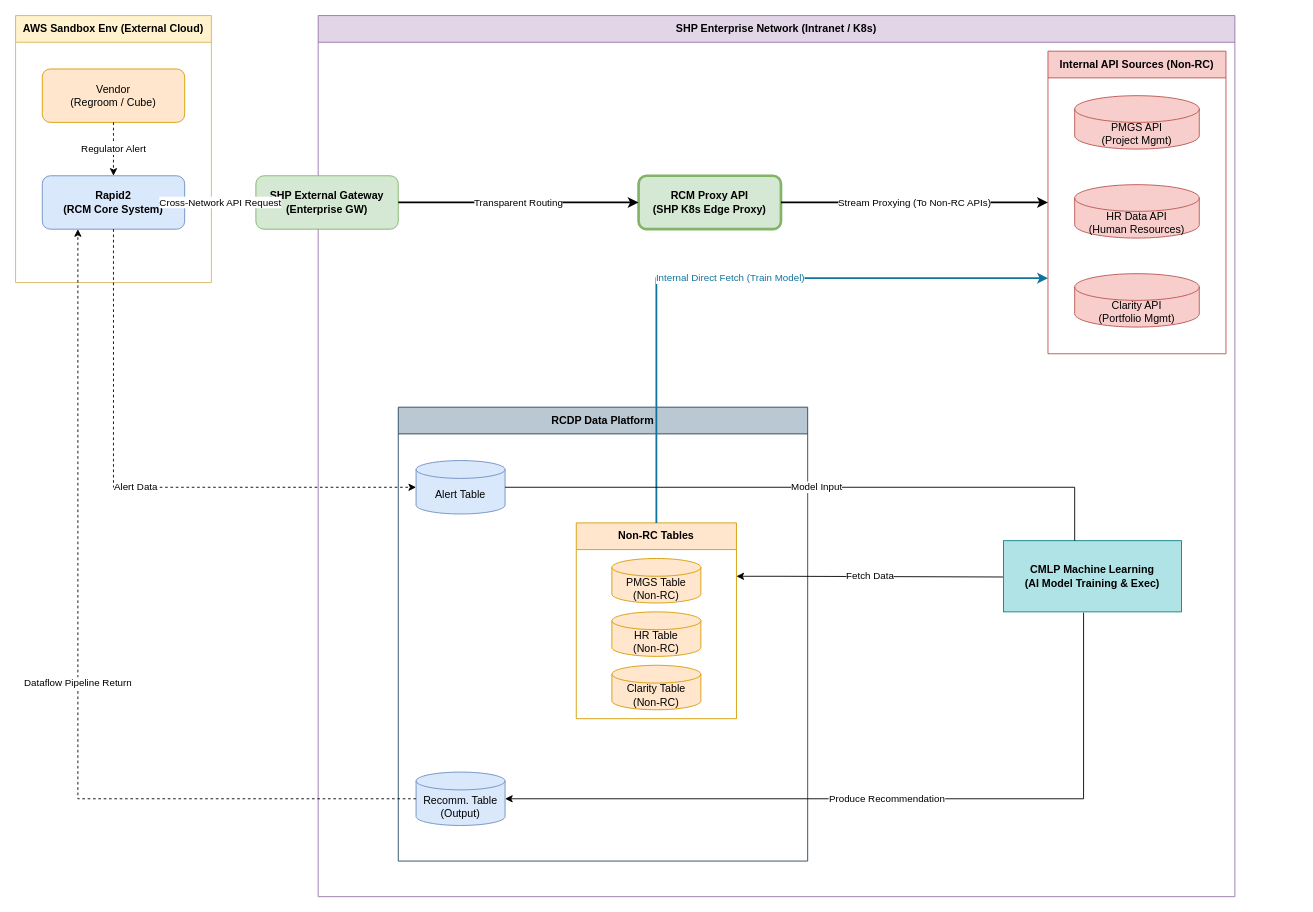
Earlier version of the draw.io diagram drawio/rcm_architecture.drawio (nvd11/f_store). Source tidied: cells renumbered, new cells numbered last; positions are measured from the earlier drawing's top-left corner, leaving out a move shared by most shapes. Both pictures are drawn from the tidied source at 89%, with x=0, y=0 at pixel (15, 15).
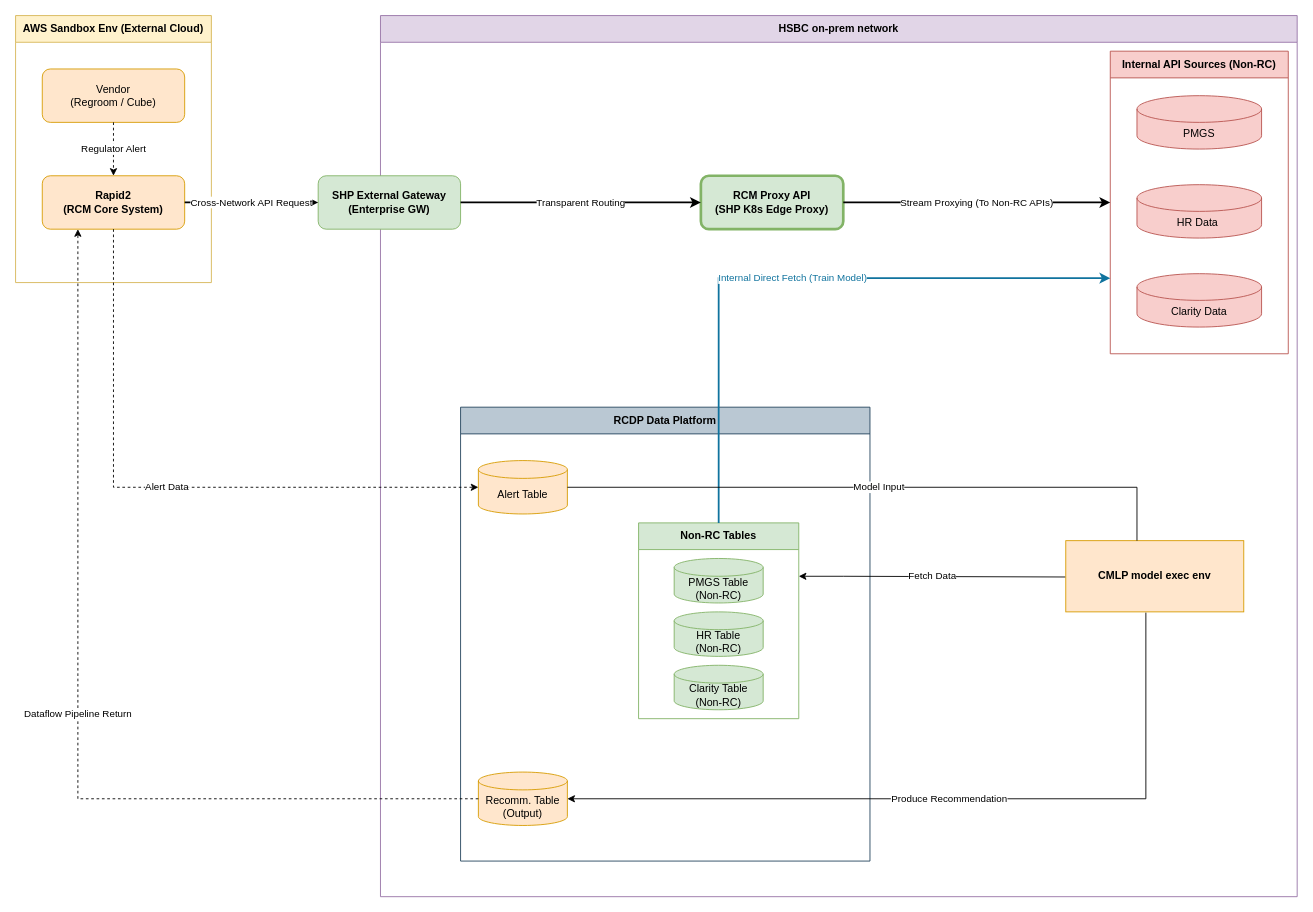
The same page after the edit.

The change refers to these unchanged cells:
```xml
<mxCell id="4" value="Internal API Sources (Non-RC)" style="swimlane;whiteSpace=wrap;html=1;fillColor=#f8cecc;strokeColor=#b85450;startSize=30;fontStyle=1;" parent="3" vertex="1">
  <mxGeometry x="820" y="40" width="200" height="340" as="geometry" />
</mxCell>
<mxCell id="11" value="RCDP Data Platform" style="swimlane;whiteSpace=wrap;html=1;fillColor=#bac8d3;strokeColor=#23445d;startSize=30;fontStyle=1;" parent="3" vertex="1">
  <mxGeometry x="90" y="440" width="460" height="510" as="geometry" />
</mxCell>
```

Diff of the diagram source:
```diff
@@
-    <mxCell id="3" value="SHP Enterprise Network (Intranet / K8s)" style="swimlane;whiteSpace=wrap;html=1;fillColor=#e1d5e7;strokeColor=#9673a6;startSize=30;fontStyle=1;" parent="1" vertex="1">
-      <mxGeometry x="340" width="1030" height="990" as="geometry" />
+    <mxCell id="3" value="HSBC on-prem network" style="swimlane;whiteSpace=wrap;html=1;fillColor=#e1d5e7;strokeColor=#9673a6;startSize=30;fontStyle=1;" parent="1" vertex="1">
+      <mxGeometry x="410" width="1030" height="990" as="geometry" />
     </mxCell>
@@
-    <mxCell id="5" value="PMGS API&#10;(Project Mgmt)" style="shape=cylinder3;whiteSpace=wrap;html=1;boundedLbl=1;backgroundOutline=1;size=15;fillColor=#f8cecc;strokeColor=#b85450;" parent="4" vertex="1">
+    <mxCell id="5" value="PMGS" style="shape=cylinder3;whiteSpace=wrap;html=1;boundedLbl=1;backgroundOutline=1;size=15;fillColor=#f8cecc;strokeColor=#b85450;" parent="4" vertex="1">
       <mxGeometry x="30" y="50" width="140" height="60" as="geometry" />
     </mxCell>
-    <mxCell id="6" value="HR Data API&#10;(Human Resources)" style="shape=cylinder3;whiteSpace=wrap;html=1;boundedLbl=1;backgroundOutline=1;size=15;fillColor=#f8cecc;strokeColor=#b85450;" parent="4" vertex="1">
+    <mxCell id="6" value="HR Data&amp;nbsp;" style="shape=cylinder3;whiteSpace=wrap;html=1;boundedLbl=1;backgroundOutline=1;size=15;fillColor=#f8cecc;strokeColor=#b85450;" parent="4" vertex="1">
       <mxGeometry x="30" y="150" width="140" height="60" as="geometry" />
     </mxCell>
-    <mxCell id="7" value="Clarity API&#10;(Portfolio Mgmt)" style="shape=cylinder3;whiteSpace=wrap;html=1;boundedLbl=1;backgroundOutline=1;size=15;fillColor=#f8cecc;strokeColor=#b85450;" parent="4" vertex="1">
+    <mxCell id="7" value="Clarity Data" style="shape=cylinder3;whiteSpace=wrap;html=1;boundedLbl=1;backgroundOutline=1;size=15;fillColor=#f8cecc;strokeColor=#b85450;" parent="4" vertex="1">
       <mxGeometry x="30" y="250" width="140" height="60" as="geometry" />
     </mxCell>
@@
-    <mxCell id="10" value="CMLP Machine Learning&#10;(AI Model Training &amp; Exec)" style="rounded=0;whiteSpace=wrap;html=1;fillColor=#b0e3e6;strokeColor=#0e8088;fontStyle=1;" parent="3" vertex="1">
+    <mxCell id="10" value="CMLP model exec env" style="rounded=0;whiteSpace=wrap;html=1;fillColor=#ffe6cc;strokeColor=#d79b00;fontStyle=1;" parent="3" vertex="1">
       <mxGeometry x="770" y="590" width="200" height="80" as="geometry" />
     </mxCell>
@@
-    <mxCell id="12" value="Alert Table" style="shape=cylinder3;whiteSpace=wrap;html=1;boundedLbl=1;backgroundOutline=1;size=10;fillColor=#dae8fc;strokeColor=#6c8ebf;" parent="11" vertex="1">
+    <mxCell id="12" value="Alert Table" style="shape=cylinder3;whiteSpace=wrap;html=1;boundedLbl=1;backgroundOutline=1;size=10;fillColor=#ffe6cc;strokeColor=#d79b00;" parent="11" vertex="1">
       <mxGeometry x="20" y="60" width="100" height="60" as="geometry" />
     </mxCell>
-    <mxCell id="13" value="Recomm. Table&#10;(Output)" style="shape=cylinder3;whiteSpace=wrap;html=1;boundedLbl=1;backgroundOutline=1;size=10;fillColor=#dae8fc;strokeColor=#6c8ebf;" parent="11" vertex="1">
+    <mxCell id="13" value="Recomm. Table&#10;(Output)" style="shape=cylinder3;whiteSpace=wrap;html=1;boundedLbl=1;backgroundOutline=1;size=10;fillColor=#ffe6cc;strokeColor=#d79b00;" parent="11" vertex="1">
       <mxGeometry x="20" y="410" width="100" height="60" as="geometry" />
     </mxCell>
-    <mxCell id="14" value="Non-RC Tables" style="swimlane;whiteSpace=wrap;html=1;fillColor=#ffe6cc;strokeColor=#d79b00;startSize=30;fontStyle=1;" parent="11" vertex="1">
+    <mxCell id="14" value="Non-RC Tables" style="swimlane;whiteSpace=wrap;html=1;fillColor=#d5e8d4;strokeColor=#82b366;startSize=30;fontStyle=1;" parent="11" vertex="1">
       <mxGeometry x="200" y="130" width="180" height="220" as="geometry" />
     </mxCell>
-    <mxCell id="15" value="PMGS Table&#10;(Non-RC)" style="shape=cylinder3;whiteSpace=wrap;html=1;boundedLbl=1;backgroundOutline=1;size=10;fillColor=#ffe6cc;strokeColor=#d79b00;" parent="14" vertex="1">
+    <mxCell id="15" value="PMGS Table&#10;(Non-RC)" style="shape=cylinder3;whiteSpace=wrap;html=1;boundedLbl=1;backgroundOutline=1;size=10;fillColor=#d5e8d4;strokeColor=#82b366;" parent="14" vertex="1">
       <mxGeometry x="40" y="40" width="100" height="50" as="geometry" />
     </mxCell>
-    <mxCell id="16" value="HR Table&#10;(Non-RC)" style="shape=cylinder3;whiteSpace=wrap;html=1;boundedLbl=1;backgroundOutline=1;size=10;fillColor=#ffe6cc;strokeColor=#d79b00;" parent="14" vertex="1">
+    <mxCell id="16" value="HR Table&#10;(Non-RC)" style="shape=cylinder3;whiteSpace=wrap;html=1;boundedLbl=1;backgroundOutline=1;size=10;fillColor=#d5e8d4;strokeColor=#82b366;" parent="14" vertex="1">
       <mxGeometry x="40" y="100" width="100" height="50" as="geometry" />
     </mxCell>
-    <mxCell id="17" value="Clarity Table&#10;(Non-RC)" style="shape=cylinder3;whiteSpace=wrap;html=1;boundedLbl=1;backgroundOutline=1;size=10;fillColor=#ffe6cc;strokeColor=#d79b00;" parent="14" vertex="1">
+    <mxCell id="17" value="Clarity Table&#10;(Non-RC)" style="shape=cylinder3;whiteSpace=wrap;html=1;boundedLbl=1;backgroundOutline=1;size=10;fillColor=#d5e8d4;strokeColor=#82b366;" parent="14" vertex="1">
       <mxGeometry x="40" y="160" width="100" height="50" as="geometry" />
     </mxCell>
@@
-    <mxCell id="25" value="Rapid2&#10;(RCM Core System)" style="rounded=1;whiteSpace=wrap;html=1;fillColor=#dae8fc;strokeColor=#6c8ebf;fontStyle=1;" parent="1" vertex="1">
+    <mxCell id="25" value="Rapid2&#10;(RCM Core System)" style="rounded=1;whiteSpace=wrap;html=1;fillColor=#ffe6cc;strokeColor=#d79b00;fontStyle=1;" parent="1" vertex="1">
       <mxGeometry x="30" y="180" width="160" height="60" as="geometry" />
     </mxCell>
```
